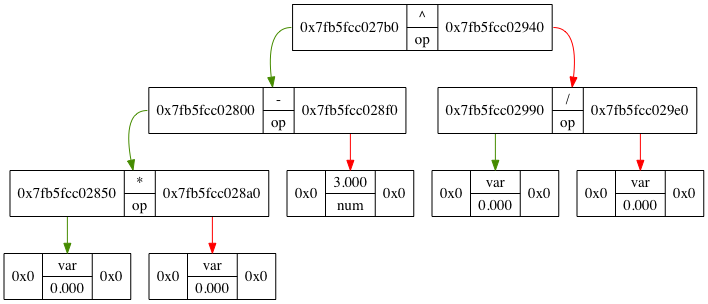
Before: cmake-build-debug/tree_graph.png, a diagram exported from Graphviz (akudrinsky/tree). Its source is kept beside it as cmake-build-debug/tree_graph.dot. Its diagram source:
```dot
digraph G{
	edge[color="chartreuse4",fontcolor="blue",fontsize=12];
	node[shape="rectangle",fontsize=15];
	1 [shape=record,label="  <f0> 0x7fb5fcd00060| {* | op} | <f1> 0x7fb5fcd001e0" ];
	2 [shape=record,label="  <f0> 0x7fb5fcd00000| {^ | op} | <f1> 0x7fb5fcd00030" ];
	4 [shape=record,label="  <f0> 0x7fb5fcc02800| {- | op} | <f1> 0x7fb5fcc028f0" ];
	8 [shape=record,label="  <f0> 0x7fb5fcc02850| {* | op} | <f1> 0x7fb5fcc028a0" ];
	16 [shape=record,label="  <f0> 0x0| {var | 0.000} | <f1> 0x0" ];
		8:<f0> -> 16
	17 [shape=record,label="  <f0> 0x0| {var | 0.000} | <f1> 0x0" ];
		8:<f1> -> 17[color="red"]
		4:<f0> -> 8
	9 [shape=record,label="  <f0> 0x0| {3.000 | num} | <f1> 0x0" ];
		4:<f1> -> 9[color="red"]
		2:<f0> -> 4
	5 [shape=record,label="  <f0> 0x7fb5fcc02990| {/ | op} | <f1> 0x7fb5fcc029e0" ];
	10 [shape=record,label="  <f0> 0x0| {var | 0.000} | <f1> 0x0" ];
		5:<f0> -> 10
	11 [shape=record,label="  <f0> 0x0| {var | 0.000} | <f1> 0x0" ];
		5:<f1> -> 11[color="red"]
		2:<f1> -> 5[color="red"]
		1:<f0> -> 2
	3 [shape=record,label="  <f0> 0x7fb5fcd000f0| {+ | op} | <f1> 0x7fb5fcd001b0" ];
	6 [shape=record,label="  <f0> 0x7fb5fcd00090| {/ | op} | <f1> 0x7fb5fcd000c0" ];
	12 [shape=record,label="  <f0> 0x7fb5fcc02990| {/ | op} | <f1> 0x7fb5fcc029e0" ];
	24 [shape=record,label="  <f0> 0x0| {var | 0.000} | <f1> 0x0" ];
		12:<f0> -> 24
	25 [shape=record,label="  <f0> 0x0| {var | 0.000} | <f1> 0x0" ];
		12:<f1> -> 25[color="red"]
		6:<f0> -> 12
	13 [shape=record,label="  <f0> 0x7fb5fcc02800| {- | op} | <f1> 0x7fb5fcc028f0" ];
	26 [shape=record,label="  <f0> 0x7fb5fcc02850| {* | op} | <f1> 0x7fb5fcc028a0" ];
	52 [shape=record,label="  <f0> 0x0| {var | 0.000} | <f1> 0x0" ];
		26:<f0> -> 52
	53 [shape=record,label="  <f0> 0x0| {var | 0.000} | <f1> 0x0" ];
		26:<f1> -> 53[color="red"]
		13:<f0> -> 26
	27 [shape=record,label="  <f0> 0x0| {3.000 | num} | <f1> 0x0" ];
		13:<f1> -> 27[color="red"]
		6:<f1> -> 13[color="red"]
		3:<f0> -> 6
	7 [shape=record,label="  <f0> 0x7fb5fcd00150| {* | op} | <f1> 0x7fb5fcd00180" ];
	14 [shape=record,label="  <f0> 0x7fb5fcd00120| {ln | op} | <f1> 0x0" ];
	28 [shape=record,label="  <f0> 0x7fb5fcc02800| {- | op} | <f1> 0x7fb5fcc028f0" ];
	56 [shape=record,label="  <f0> 0x7fb5fcc02850| {* | op} | <f1> 0x7fb5fcc028a0" ];
	112 [shape=record,label="  <f0> 0x0| {var | 0.000} | <f1> 0x0" ];
		56:<f0> -> 112
	113 [shape=record,label="  <f0> 0x0| {var | 0.000} | <f1> 0x0" ];
		56:<f1> -> 113[color="red"]
		28:<f0> -> 56
	57 [shape=record,label="  <f0> 0x0| {3.000 | num} | <f1> 0x0" ];
		28:<f1> -> 57[color="red"]
		14:<f0> -> 28
		7:<f0> -> 14
	15 [shape=record,label="  <f0> 0x7fb5fcc02990| {/ | op} | <f1> 0x7fb5fcc029e0" ];
	30 [shape=record,label="  <f0> 0x0| {var | 0.000} | <f1> 0x0" ];
		15:<f0> -> 30
	31 [shape=record,label="  <f0> 0x0| {var | 0.000} | <f1> 0x0" ];
		15:<f1> -> 31[color="red"]
		7:<f1> -> 15[color="red"]
		3:<f1> -> 7[color="red"]
		1:<f1> -> 3[color="red"]
}
```
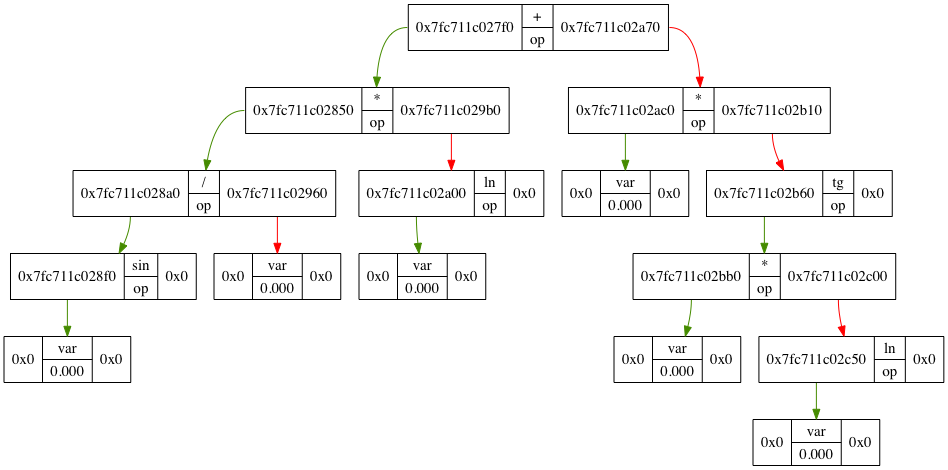
The same file after the commit.

The edit, as a diff of the source:
```diff
@@ -1,61 +1,117 @@
 digraph G{
 	edge[color="chartreuse4",fontcolor="blue",fontsize=12];
 	node[shape="rectangle",fontsize=15];
-	1 [shape=record,label="  <f0> 0x7fb5fcd00060| {* | op} | <f1> 0x7fb5fcd001e0" ];
-	2 [shape=record,label="  <f0> 0x7fb5fcd00000| {^ | op} | <f1> 0x7fb5fcd00030" ];
-	4 [shape=record,label="  <f0> 0x7fb5fcc02800| {- | op} | <f1> 0x7fb5fcc028f0" ];
-	8 [shape=record,label="  <f0> 0x7fb5fcc02850| {* | op} | <f1> 0x7fb5fcc028a0" ];
-	16 [shape=record,label="  <f0> 0x0| {var | 0.000} | <f1> 0x0" ];
+	1 [shape=record,label="  <f0> 0x7fc711d003c0| {+ | op} | <f1> 0x7fc711d007e0" ];
+	2 [shape=record,label="  <f0> 0x7fc711d002a0| {+ | op} | <f1> 0x7fc711d00390" ];
+	4 [shape=record,label="  <f0> 0x7fc711d00240| {* | op} | <f1> 0x7fc711d00270" ];
+	8 [shape=record,label="  <f0> 0x7fc711d001e0| {/ | op} | <f1> 0x7fc711d00210" ];
+	16 [shape=record,label="  <f0> 0x7fc711d00120| {- | op} | <f1> 0x7fc711d001b0" ];
+	32 [shape=record,label="  <f0> 0x7fc711d000c0| {* | op} | <f1> 0x7fc711d000f0" ];
+	64 [shape=record,label="  <f0> 0x7fc711d00030| {* | op} | <f1> 0x7fc711d00060" ];
+	128 [shape=record,label="  <f0> 0x7fc711d00000| {cos | op} | <f1> 0x0" ];
+	256 [shape=record,label="  <f0> 0x0| {var | 0.000} | <f1> 0x0" ];
+		128:<f0> -> 256
+		64:<f0> -> 128
+	129 [shape=record,label="  <f0> 0x0| {1.000 | num} | <f1> 0x0" ];
+		64:<f1> -> 129[color="red"]
+		32:<f0> -> 64
+	65 [shape=record,label="  <f0> 0x0| {var | 0.000} | <f1> 0x0" ];
+		32:<f1> -> 65[color="red"]
+		16:<f0> -> 32
+	33 [shape=record,label="  <f0> 0x7fc711d00150| {* | op} | <f1> 0x7fc711d00180" ];
+	66 [shape=record,label="  <f0> 0x0| {1.000 | num} | <f1> 0x0" ];
+		33:<f0> -> 66
+	67 [shape=record,label="  <f0> 0x7fc711c028f0| {sin | op} | <f1> 0x0" ];
+	134 [shape=record,label="  <f0> 0x0| {var | 0.000} | <f1> 0x0" ];
+		67:<f0> -> 134
+		33:<f1> -> 67[color="red"]
+		16:<f1> -> 33[color="red"]
 		8:<f0> -> 16
-	17 [shape=record,label="  <f0> 0x0| {var | 0.000} | <f1> 0x0" ];
+	17 [shape=record,label="  <f0> 0x7fc711c02960| {* | op} | <f1> 0x7fc711c02960" ];
+	34 [shape=record,label="  <f0> 0x0| {var | 0.000} | <f1> 0x0" ];
+		17:<f0> -> 34
+	35 [shape=record,label="  <f0> 0x0| {var | 0.000} | <f1> 0x0" ];
+		17:<f1> -> 35[color="red"]
 		8:<f1> -> 17[color="red"]
 		4:<f0> -> 8
-	9 [shape=record,label="  <f0> 0x0| {3.000 | num} | <f1> 0x0" ];
+	9 [shape=record,label="  <f0> 0x7fc711c02a00| {ln | op} | <f1> 0x0" ];
+	18 [shape=record,label="  <f0> 0x0| {var | 0.000} | <f1> 0x0" ];
+		9:<f0> -> 18
 		4:<f1> -> 9[color="red"]
 		2:<f0> -> 4
-	5 [shape=record,label="  <f0> 0x7fb5fcc02990| {/ | op} | <f1> 0x7fb5fcc029e0" ];
-	10 [shape=record,label="  <f0> 0x0| {var | 0.000} | <f1> 0x0" ];
+	5 [shape=record,label="  <f0> 0x7fc711d002d0| {* | op} | <f1> 0x7fc711d00360" ];
+	10 [shape=record,label="  <f0> 0x7fc711c028a0| {/ | op} | <f1> 0x7fc711c02960" ];
+	20 [shape=record,label="  <f0> 0x7fc711c028f0| {sin | op} | <f1> 0x0" ];
+	40 [shape=record,label="  <f0> 0x0| {var | 0.000} | <f1> 0x0" ];
+		20:<f0> -> 40
+		10:<f0> -> 20
+	21 [shape=record,label="  <f0> 0x0| {var | 0.000} | <f1> 0x0" ];
+		10:<f1> -> 21[color="red"]
 		5:<f0> -> 10
-	11 [shape=record,label="  <f0> 0x0| {var | 0.000} | <f1> 0x0" ];
+	11 [shape=record,label="  <f0> 0x7fc711d00300| {/ | op} | <f1> 0x7fc711d00330" ];
+	22 [shape=record,label="  <f0> 0x0| {1.000 | num} | <f1> 0x0" ];
+		11:<f0> -> 22
+	23 [shape=record,label="  <f0> 0x0| {var | 0.000} | <f1> 0x0" ];
+		11:<f1> -> 23[color="red"]
 		5:<f1> -> 11[color="red"]
 		2:<f1> -> 5[color="red"]
 		1:<f0> -> 2
-	3 [shape=record,label="  <f0> 0x7fb5fcd000f0| {+ | op} | <f1> 0x7fb5fcd001b0" ];
-	6 [shape=record,label="  <f0> 0x7fb5fcd00090| {/ | op} | <f1> 0x7fb5fcd000c0" ];
-	12 [shape=record,label="  <f0> 0x7fb5fcc02990| {/ | op} | <f1> 0x7fb5fcc029e0" ];
-	24 [shape=record,label="  <f0> 0x0| {var | 0.000} | <f1> 0x0" ];
-		12:<f0> -> 24
-	25 [shape=record,label="  <f0> 0x0| {var | 0.000} | <f1> 0x0" ];
-		12:<f1> -> 25[color="red"]
+	3 [shape=record,label="  <f0> 0x7fc711d00450| {+ | op} | <f1> 0x7fc711d007b0" ];
+	6 [shape=record,label="  <f0> 0x7fc711d003f0| {* | op} | <f1> 0x7fc711d00420" ];
+	12 [shape=record,label="  <f0> 0x0| {1.000 | num} | <f1> 0x0" ];
 		6:<f0> -> 12
-	13 [shape=record,label="  <f0> 0x7fb5fcc02800| {- | op} | <f1> 0x7fb5fcc028f0" ];
-	26 [shape=record,label="  <f0> 0x7fb5fcc02850| {* | op} | <f1> 0x7fb5fcc028a0" ];
+	13 [shape=record,label="  <f0> 0x7fc711c02b60| {tg | op} | <f1> 0x0" ];
+	26 [shape=record,label="  <f0> 0x7fc711c02bb0| {* | op} | <f1> 0x7fc711c02c00" ];
 	52 [shape=record,label="  <f0> 0x0| {var | 0.000} | <f1> 0x0" ];
 		26:<f0> -> 52
-	53 [shape=record,label="  <f0> 0x0| {var | 0.000} | <f1> 0x0" ];
+	53 [shape=record,label="  <f0> 0x7fc711c02c50| {ln | op} | <f1> 0x0" ];
+	106 [shape=record,label="  <f0> 0x0| {var | 0.000} | <f1> 0x0" ];
+		53:<f0> -> 106
 		26:<f1> -> 53[color="red"]
 		13:<f0> -> 26
-	27 [shape=record,label="  <f0> 0x0| {3.000 | num} | <f1> 0x0" ];
-		13:<f1> -> 27[color="red"]
 		6:<f1> -> 13[color="red"]
 		3:<f0> -> 6
-	7 [shape=record,label="  <f0> 0x7fb5fcd00150| {* | op} | <f1> 0x7fb5fcd00180" ];
-	14 [shape=record,label="  <f0> 0x7fb5fcd00120| {ln | op} | <f1> 0x0" ];
-	28 [shape=record,label="  <f0> 0x7fb5fcc02800| {- | op} | <f1> 0x7fb5fcc028f0" ];
-	56 [shape=record,label="  <f0> 0x7fb5fcc02850| {* | op} | <f1> 0x7fb5fcc028a0" ];
-	112 [shape=record,label="  <f0> 0x0| {var | 0.000} | <f1> 0x0" ];
-		56:<f0> -> 112
-	113 [shape=record,label="  <f0> 0x0| {var | 0.000} | <f1> 0x0" ];
-		56:<f1> -> 113[color="red"]
-		28:<f0> -> 56
-	57 [shape=record,label="  <f0> 0x0| {3.000 | num} | <f1> 0x0" ];
-		28:<f1> -> 57[color="red"]
-		14:<f0> -> 28
+	7 [shape=record,label="  <f0> 0x7fc711d00480| {* | op} | <f1> 0x7fc711d00780" ];
+	14 [shape=record,label="  <f0> 0x0| {var | 0.000} | <f1> 0x0" ];
 		7:<f0> -> 14
-	15 [shape=record,label="  <f0> 0x7fb5fcc02990| {/ | op} | <f1> 0x7fb5fcc029e0" ];
-	30 [shape=record,label="  <f0> 0x0| {var | 0.000} | <f1> 0x0" ];
+	15 [shape=record,label="  <f0> 0x7fc711d005a0| {* | op} | <f1> 0x7fc711d00750" ];
+	30 [shape=record,label="  <f0> 0x7fc711d004b0| {/ | op} | <f1> 0x7fc711d00570" ];
+	60 [shape=record,label="  <f0> 0x0| {1.000 | num} | <f1> 0x0" ];
+		30:<f0> -> 60
+	61 [shape=record,label="  <f0> 0x7fc711d00510| {^ | op} | <f1> 0x7fc711d00540" ];
+	122 [shape=record,label="  <f0> 0x7fc711d004e0| {cos | op} | <f1> 0x0" ];
+	244 [shape=record,label="  <f0> 0x7fc711c02bb0| {* | op} | <f1> 0x7fc711c02c00" ];
+	488 [shape=record,label="  <f0> 0x0| {var | 0.000} | <f1> 0x0" ];
+		244:<f0> -> 488
+	489 [shape=record,label="  <f0> 0x7fc711c02c50| {ln | op} | <f1> 0x0" ];
+	978 [shape=record,label="  <f0> 0x0| {var | 0.000} | <f1> 0x0" ];
+		489:<f0> -> 978
+		244:<f1> -> 489[color="red"]
+		122:<f0> -> 244
+		61:<f0> -> 122
+	123 [shape=record,label="  <f0> 0x0| {2.000 | num} | <f1> 0x0" ];
+		61:<f1> -> 123[color="red"]
+		30:<f1> -> 61[color="red"]
 		15:<f0> -> 30
-	31 [shape=record,label="  <f0> 0x0| {var | 0.000} | <f1> 0x0" ];
+	31 [shape=record,label="  <f0> 0x7fc711d00630| {+ | op} | <f1> 0x7fc711d00720" ];
+	62 [shape=record,label="  <f0> 0x7fc711d005d0| {* | op} | <f1> 0x7fc711d00600" ];
+	124 [shape=record,label="  <f0> 0x0| {1.000 | num} | <f1> 0x0" ];
+		62:<f0> -> 124
+	125 [shape=record,label="  <f0> 0x7fc711c02c50| {ln | op} | <f1> 0x0" ];
+	250 [shape=record,label="  <f0> 0x0| {var | 0.000} | <f1> 0x0" ];
+		125:<f0> -> 250
+		62:<f1> -> 125[color="red"]
+		31:<f0> -> 62
+	63 [shape=record,label="  <f0> 0x7fc711d00660| {* | op} | <f1> 0x7fc711d006f0" ];
+	126 [shape=record,label="  <f0> 0x0| {var | 0.000} | <f1> 0x0" ];
+		63:<f0> -> 126
+	127 [shape=record,label="  <f0> 0x7fc711d00690| {/ | op} | <f1> 0x7fc711d006c0" ];
+	254 [shape=record,label="  <f0> 0x0| {1.000 | num} | <f1> 0x0" ];
+		127:<f0> -> 254
+	255 [shape=record,label="  <f0> 0x0| {var | 0.000} | <f1> 0x0" ];
+		127:<f1> -> 255[color="red"]
+		63:<f1> -> 127[color="red"]
+		31:<f1> -> 63[color="red"]
 		15:<f1> -> 31[color="red"]
 		7:<f1> -> 15[color="red"]
 		3:<f1> -> 7[color="red"]
```
